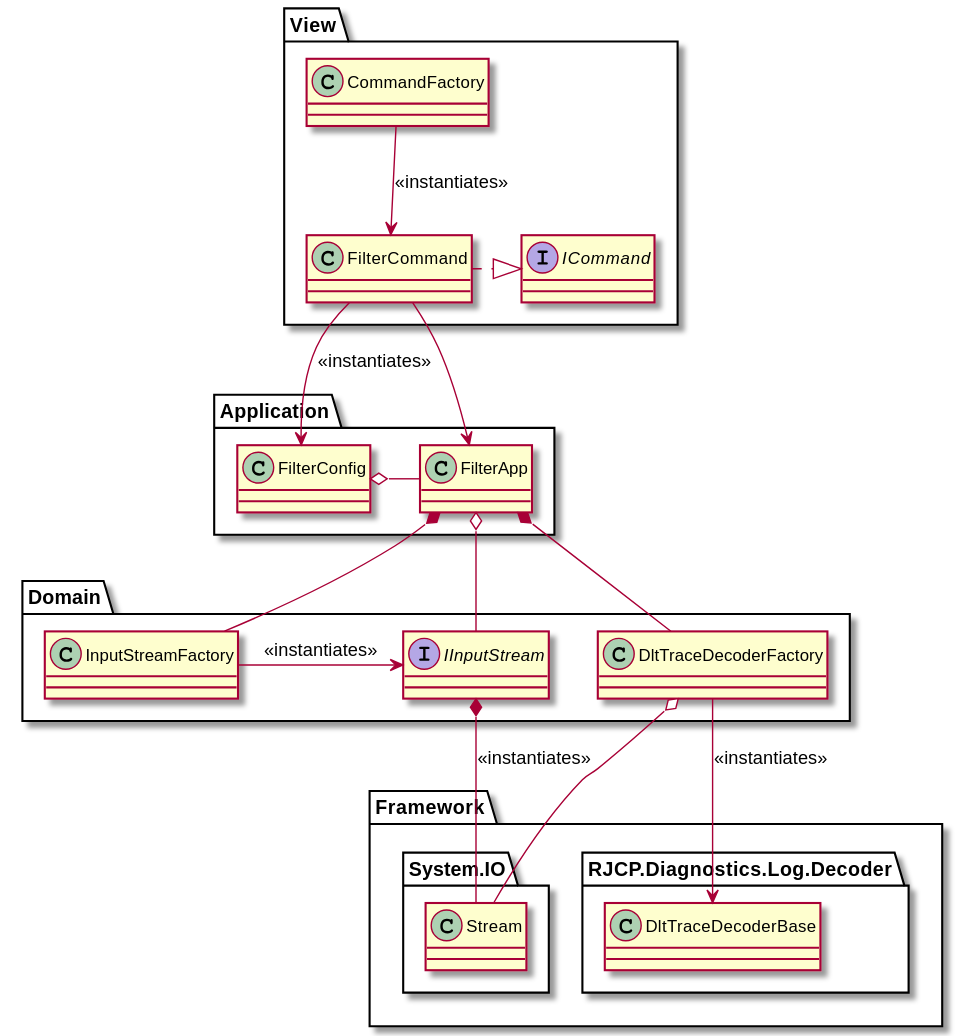
Before: apps/DltDump/docs/out/diagrams/appfilterinit/App.Filter.Initialization.svg, a diagram exported from PlantUML (jcurl/RJCP.DLL.Log).
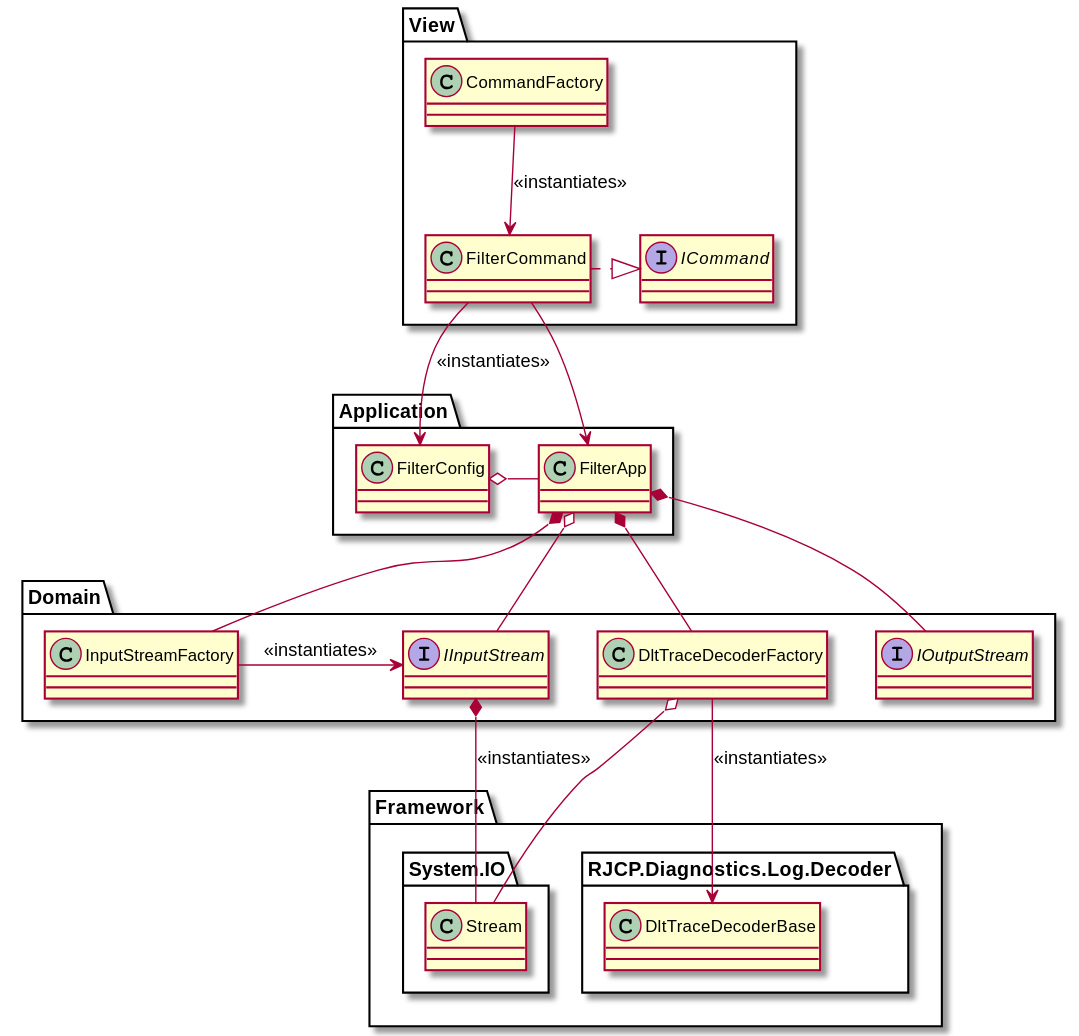
The same file after the commit.

Diff of the diagram source:
```diff
@@ -24,12 +24,14 @@
     FilterApp *-d- Domain.InputStreamFactory
     FilterApp *-d- Domain.DltTraceDecoderFactory
     FilterApp o-d- Domain.IInputStream
+    FilterApp *-d- Domain.IOutputStream
 }
 
 namespace Domain {
     class InputStreamFactory
     interface IInputStream
     class DltTraceDecoderFactory
+    interface IOutputStream
 
     InputStreamFactory -r-> IInputStream : <<instantiates>>
 }
```
